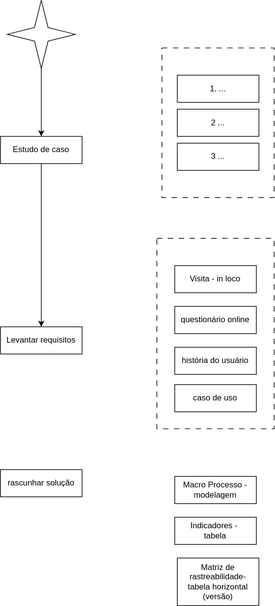
This is f-estudoAtivo/mapaPlanejamento/EstudoAtivo.drawio.svg from RenatoDeFreitas/ANALISE-DE-DADOS, a draw.io export, as it was before one commit. Source tidied: cells renumbered, new cells last; positions are measured from the earlier drawing's top-left corner, leaving out a move shared by most shapes.
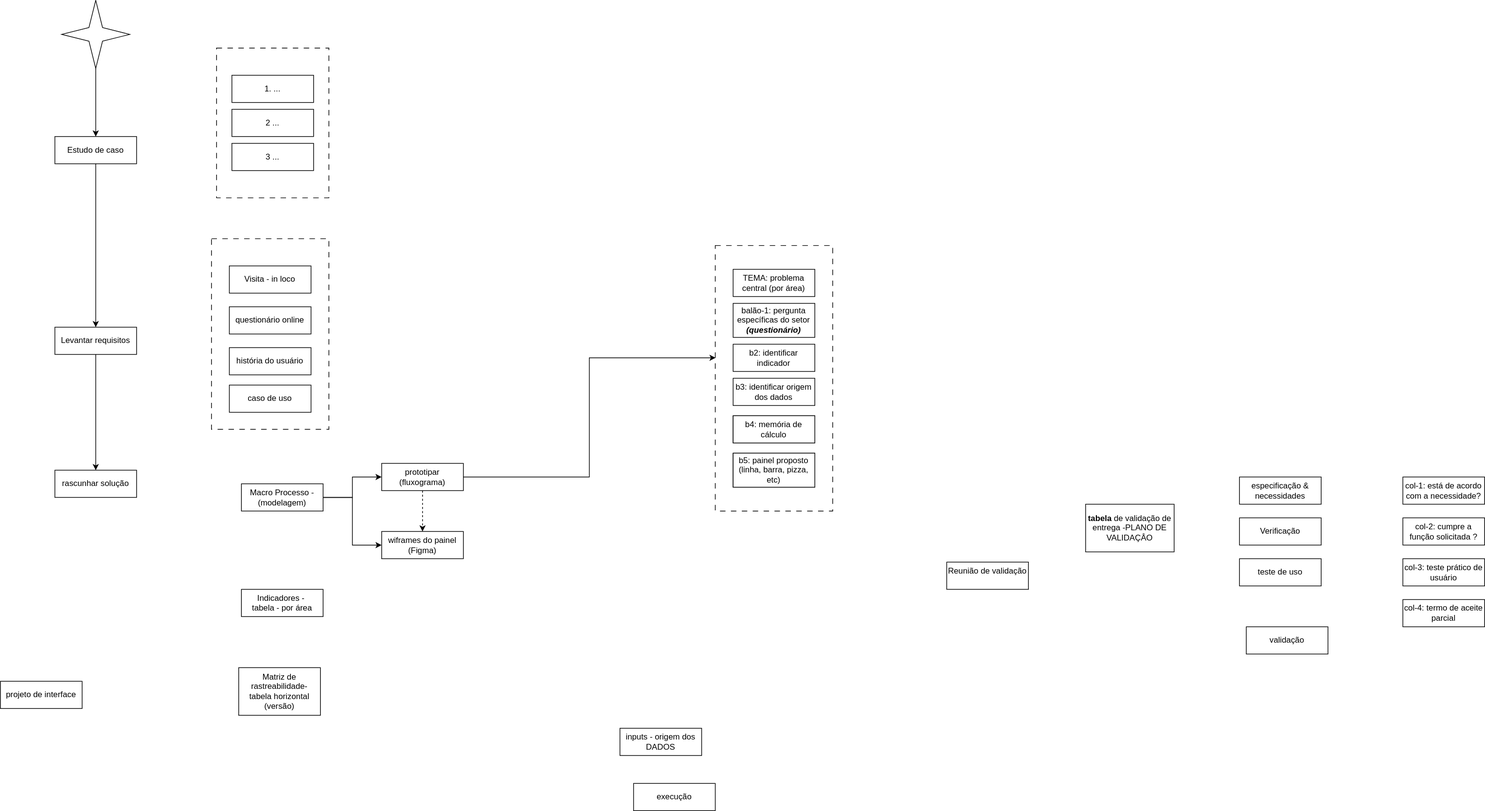
Above is the later version.

Change to the diagram source:
```diff
@@ -2,6 +2,9 @@
   <root>
     <mxCell id="0" />
     <mxCell id="1" parent="0" />
+    <mxCell id="17" style="rounded=0;whiteSpace=wrap;html=1;fillColor=none;dashed=1;dashPattern=8 8;" parent="1" vertex="1">
+      <mxGeometry x="230" y="350" width="172.5" height="280" as="geometry" />
+    </mxCell>
     <mxCell id="2" style="rounded=0;whiteSpace=wrap;html=1;fillColor=none;dashed=1;dashPattern=8 8;" parent="1" vertex="1">
       <mxGeometry x="237.5" y="70" width="165" height="220" as="geometry" />
     </mxCell>
@@ -26,6 +29,9 @@
     <mxCell id="9" value="2 ..." style="whiteSpace=wrap;html=1;verticalAlign=middle;" parent="1" vertex="1">
       <mxGeometry x="260" y="160" width="120" height="40" as="geometry" />
     </mxCell>
+    <mxCell id="20" style="edgeStyle=orthogonalEdgeStyle;rounded=0;jettySize=auto;html=1;" parent="1" edge="1" source="10" target="15">
+      <mxGeometry relative="1" as="geometry" />
+    </mxCell>
     <mxCell id="10" value="Levantar requisitos" style="whiteSpace=wrap;html=1;verticalAlign=middle;" parent="1" vertex="1">
       <mxGeometry y="480" width="120" height="40" as="geometry" />
     </mxCell>
@@ -44,17 +50,101 @@
     <mxCell id="15" value="rascunhar solução" style="whiteSpace=wrap;html=1;verticalAlign=middle;" parent="1" vertex="1">
       <mxGeometry y="690" width="120" height="40" as="geometry" />
     </mxCell>
+    <mxCell id="21" style="edgeStyle=orthogonalEdgeStyle;rounded=0;jettySize=auto;html=1;" parent="1" edge="1" source="16" target="34">
+      <mxGeometry relative="1" as="geometry" />
+    </mxCell>
+    <mxCell id="22" style="edgeStyle=orthogonalEdgeStyle;rounded=0;jettySize=auto;html=1;entryX=0;entryY=0.5;entryDx=0;entryDy=0;" parent="1" edge="1" source="16" target="35">
+      <mxGeometry relative="1" as="geometry" />
+    </mxCell>
-    <mxCell id="16" value="Macro Processo - modelagem" style="whiteSpace=wrap;html=1;verticalAlign=middle;" parent="1" vertex="1">
-      <mxGeometry x="256.2" y="700" width="120" height="40" as="geometry" />
+    <mxCell id="16" value="Macro Processo - (modelagem)" style="whiteSpace=wrap;html=1;verticalAlign=middle;" parent="1" vertex="1">
+      <mxGeometry x="274" y="710" width="120" height="40" as="geometry" />
     </mxCell>
-    <mxCell id="17" style="rounded=0;whiteSpace=wrap;html=1;fillColor=none;dashed=1;dashPattern=8 8;" parent="1" vertex="1">
-      <mxGeometry x="230" y="350" width="172.5" height="280" as="geometry" />
-    </mxCell>
-    <mxCell id="18" value="Indicadores -&amp;nbsp;&lt;div&gt;tabela&lt;/div&gt;" style="whiteSpace=wrap;html=1;verticalAlign=middle;" parent="1" vertex="1">
-      <mxGeometry x="256.2" y="760" width="120" height="40" as="geometry" />
+    <mxCell id="18" value="Indicadores -&amp;nbsp;&lt;div&gt;tabela - por área&lt;/div&gt;" style="whiteSpace=wrap;html=1;verticalAlign=middle;" parent="1" vertex="1">
+      <mxGeometry x="274" y="865" width="120" height="40" as="geometry" />
     </mxCell>
     <mxCell id="19" value="Matriz de rastreabilidade-&lt;div&gt;tabela horizontal (versão)&lt;/div&gt;" style="whiteSpace=wrap;html=1;verticalAlign=middle;" parent="1" vertex="1">
-      <mxGeometry x="260" y="820" width="120" height="70" as="geometry" />
+      <mxGeometry x="270" y="980" width="120" height="70" as="geometry" />
     </mxCell>
+    <mxCell id="23" value="Verificação" style="whiteSpace=wrap;html=1;verticalAlign=middle;" parent="1" vertex="1">
+      <mxGeometry x="1740" y="760" width="120" height="40" as="geometry" />
+    </mxCell>
+    <mxCell id="24" value="validação" style="whiteSpace=wrap;html=1;verticalAlign=middle;" parent="1" vertex="1">
+      <mxGeometry x="1750" y="920" width="120" height="40" as="geometry" />
+    </mxCell>
+    <mxCell id="25" value="especificação &amp;amp; necessidades" style="whiteSpace=wrap;html=1;verticalAlign=middle;" parent="1" vertex="1">
+      <mxGeometry x="1740" y="700" width="120" height="40" as="geometry" />
+    </mxCell>
+    <mxCell id="26" value="&lt;b&gt;tabela &lt;/b&gt;de validação de entrega -PLANO DE VALIDAÇÂO" style="whiteSpace=wrap;html=1;verticalAlign=middle;" parent="1" vertex="1">
+      <mxGeometry x="1514" y="740" width="130" height="70" as="geometry" />
+    </mxCell>
+    <mxCell id="27" value="col-2: cumpre a função solicitada ?" style="whiteSpace=wrap;html=1;verticalAlign=middle;" parent="1" vertex="1">
+      <mxGeometry x="1980" y="760" width="120" height="40" as="geometry" />
+    </mxCell>
+    <mxCell id="28" value="teste de uso" style="whiteSpace=wrap;html=1;verticalAlign=middle;" parent="1" vertex="1">
+      <mxGeometry x="1740" y="820" width="120" height="40" as="geometry" />
+    </mxCell>
+    <mxCell id="29" value="execução" style="whiteSpace=wrap;html=1;verticalAlign=middle;" parent="1" vertex="1">
+      <mxGeometry x="850" y="1150" width="120" height="40" as="geometry" />
+    </mxCell>
+    <mxCell id="30" value="inputs - origem dos DADOS" style="whiteSpace=wrap;html=1;verticalAlign=middle;" parent="1" vertex="1">
+      <mxGeometry x="830" y="1069" width="120" height="40" as="geometry" />
+    </mxCell>
+    <mxCell id="31" value="projeto de interface" style="whiteSpace=wrap;html=1;verticalAlign=middle;" parent="1" vertex="1">
+      <mxGeometry x="-80" y="1000" width="120" height="40" as="geometry" />
+    </mxCell>
+    <mxCell id="32" style="edgeStyle=orthogonalEdgeStyle;rounded=0;jettySize=auto;html=1;entryX=0.003;entryY=0.423;entryDx=0;entryDy=0;entryPerimeter=0;" parent="1" edge="1" source="34" target="37">
+      <mxGeometry relative="1" as="geometry" />
+    </mxCell>
+    <mxCell id="33" style="edgeStyle=orthogonalEdgeStyle;rounded=0;jettySize=auto;html=1;dashed=1;" parent="1" edge="1" source="34" target="35">
+      <mxGeometry relative="1" as="geometry" />
+    </mxCell>
+    <mxCell id="34" value="prototipar (fluxograma)" style="whiteSpace=wrap;html=1;verticalAlign=middle;" parent="1" vertex="1">
+      <mxGeometry x="480" y="680" width="120" height="40" as="geometry" />
+    </mxCell>
+    <mxCell id="35" value="wiframes do painel&lt;div&gt;(Figma)&lt;/div&gt;" style="whiteSpace=wrap;html=1;verticalAlign=middle;" parent="1" vertex="1">
+      <mxGeometry x="480" y="780" width="120" height="40" as="geometry" />
+    </mxCell>
+    <mxCell id="36" style="group;" parent="1" vertex="1">
+      <mxGeometry x="970" y="360" width="172.5" height="390" as="geometry" />
+    </mxCell>
+    <mxCell id="37" style="rounded=0;whiteSpace=wrap;html=1;fillColor=none;dashed=1;dashPattern=8 8;" parent="36" vertex="1">
+      <mxGeometry width="172.5" height="390" as="geometry" />
+    </mxCell>
+    <mxCell id="38" value="TEMA: problema central (por área)" style="whiteSpace=wrap;html=1;verticalAlign=middle;align=center;" parent="36" vertex="1">
+      <mxGeometry x="26.2" y="35" width="120" height="40" as="geometry" />
+    </mxCell>
+    <mxCell id="39" value="balão-1: pergunta específicas do setor &lt;i&gt;&lt;b&gt;(questionário)&lt;/b&gt;&lt;/i&gt;" style="whiteSpace=wrap;html=1;verticalAlign=middle;align=center;" parent="36" vertex="1">
+      <mxGeometry x="26.2" y="85" width="120" height="50" as="geometry" />
+    </mxCell>
+    <mxCell id="40" value="b2: identificar indicador" style="whiteSpace=wrap;html=1;verticalAlign=middle;align=center;" parent="36" vertex="1">
+      <mxGeometry x="26.2" y="145" width="120" height="40" as="geometry" />
+    </mxCell>
+    <mxCell id="41" value="b3: identificar origem dos dados" style="whiteSpace=wrap;html=1;verticalAlign=middle;align=center;" parent="36" vertex="1">
+      <mxGeometry x="26.2" y="195" width="120" height="40" as="geometry" />
+    </mxCell>
+    <mxCell id="42" value="b4: memória de cálculo" style="whiteSpace=wrap;html=1;verticalAlign=middle;" parent="36" vertex="1">
+      <mxGeometry x="26.2" y="250" width="120" height="40" as="geometry" />
+    </mxCell>
+    <mxCell id="43" value="b5: painel proposto (linha, barra, pizza, etc)" style="whiteSpace=wrap;html=1;verticalAlign=middle;" parent="36" vertex="1">
+      <mxGeometry x="26.2" y="305" width="120" height="50" as="geometry" />
+    </mxCell>
+    <mxCell id="44" value="b5: painel proposto (linha, barra, pizza, etc)" style="whiteSpace=wrap;html=1;verticalAlign=middle;align=center;" parent="36" vertex="1">
+      <mxGeometry x="26.2" y="305" width="120" height="50" as="geometry" />
+    </mxCell>
+    <mxCell id="45" value="b4: memória de cálculo" style="whiteSpace=wrap;html=1;verticalAlign=middle;align=center;" parent="36" vertex="1">
+      <mxGeometry x="26.2" y="250" width="120" height="40" as="geometry" />
+    </mxCell>
+    <mxCell id="46" value="col-3: teste prático de usuário" style="whiteSpace=wrap;html=1;verticalAlign=middle;" parent="1" vertex="1">
+      <mxGeometry x="1980" y="820" width="120" height="40" as="geometry" />
+    </mxCell>
+    <mxCell id="47" value="col-1: está de acordo com a necessidade?" style="whiteSpace=wrap;html=1;verticalAlign=middle;" parent="1" vertex="1">
+      <mxGeometry x="1980" y="700" width="120" height="40" as="geometry" />
+    </mxCell>
+    <mxCell id="48" value="Reunião de validação&lt;div&gt;&lt;br&gt;&lt;/div&gt;" style="whiteSpace=wrap;html=1;verticalAlign=middle;" parent="1" vertex="1">
+      <mxGeometry x="1310" y="825" width="120" height="40" as="geometry" />
+    </mxCell>
+    <mxCell id="49" value="col-4: termo de aceite parcial" style="whiteSpace=wrap;html=1;verticalAlign=middle;" parent="1" vertex="1">
+      <mxGeometry x="1980" y="880" width="120" height="40" as="geometry" />
+    </mxCell>
   </root>
 </mxGraphModel>
```
